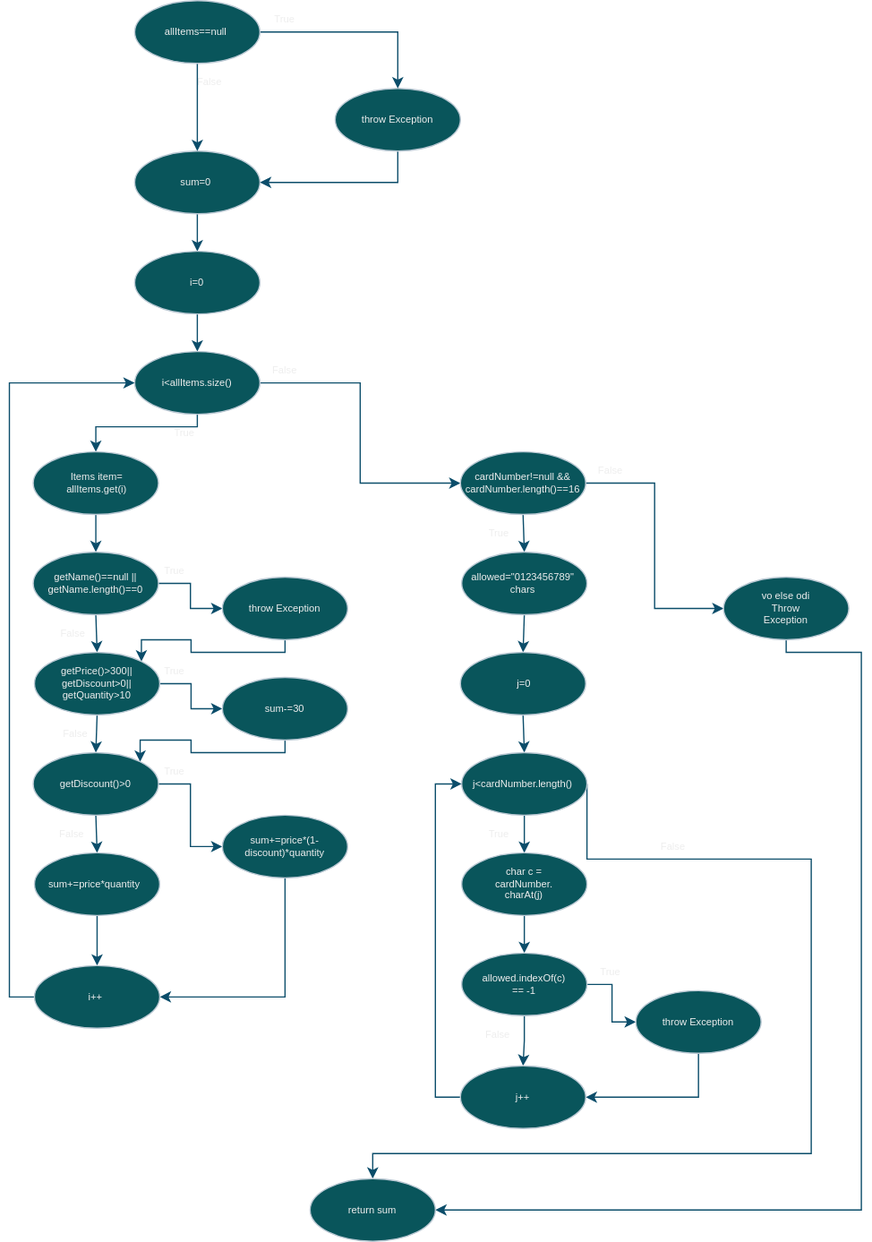
Above: cfg/cfg1.svg in evgenijagrujevska/SI_2025_lab2_236016 (draw.io), before the change. Source tidied: cells renumbered, new cells last; positions are measured from the earlier drawing's top-left corner, leaving out a move shared by most shapes.
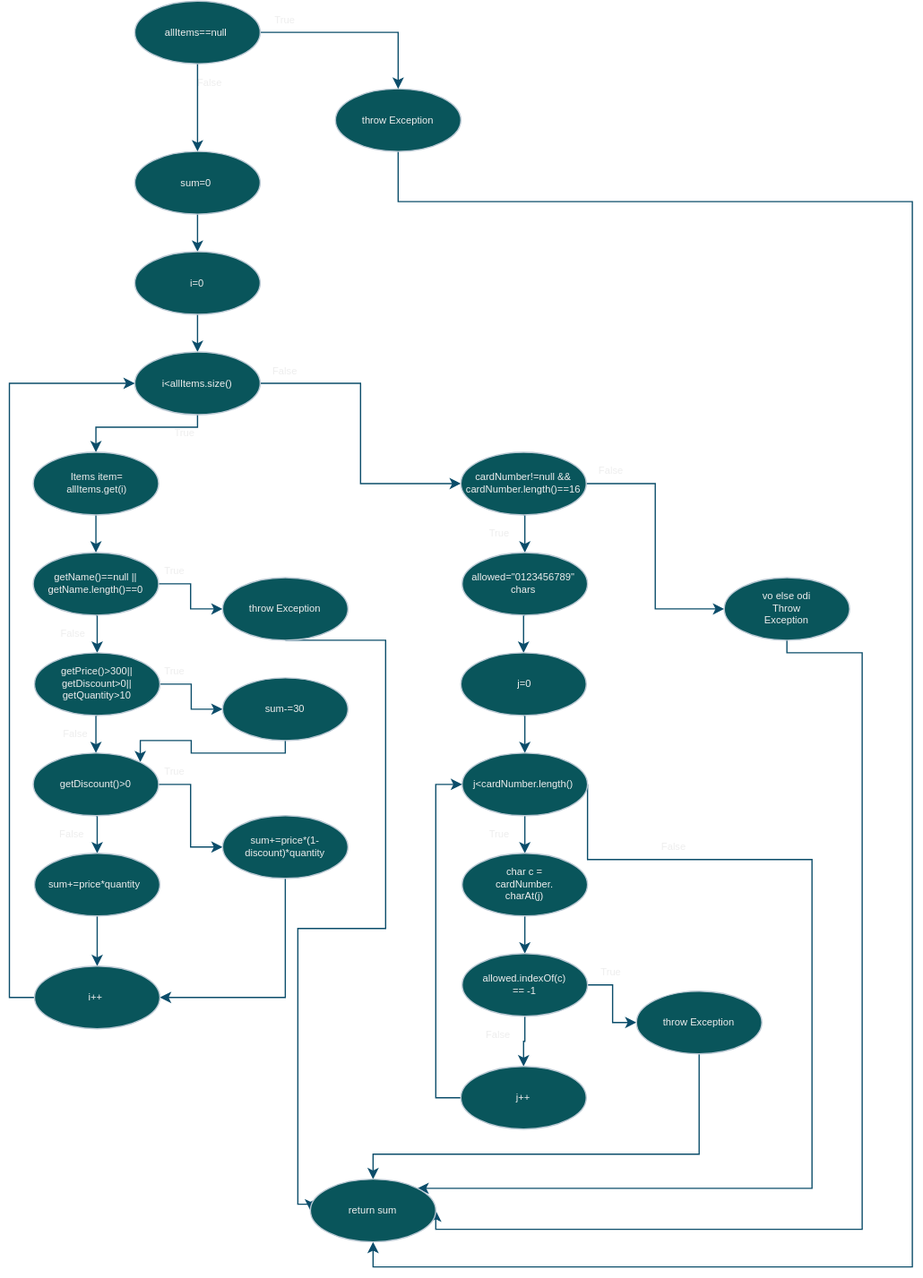
After the commit.

Commit message:
Control Flow Graph

The edit, as a diff of the source:
```diff
@@ -20,9 +20,16 @@
     <mxCell id="7" style="ellipse;whiteSpace=wrap;html=1;labelBackgroundColor=none;rounded=0;fillColor=#09555B;strokeColor=#BAC8D3;fontColor=#EEEEEE;" parent="1" vertex="1">
       <mxGeometry x="81" y="200" width="100" height="50" as="geometry" />
     </mxCell>
-    <mxCell id="8" style="edgeStyle=orthogonalEdgeStyle;rounded=0;jettySize=auto;html=1;exitX=0.5;exitY=1;exitDx=0;exitDy=0;entryX=1;entryY=0.5;entryDx=0;entryDy=0;strokeColor=#0B4D6A;" parent="1" edge="1" source="9" target="4">
-      <mxGeometry relative="1" as="geometry" />
-    </mxCell>
+    <mxCell id="97" style="edgeStyle=orthogonalEdgeStyle;rounded=0;jettySize=auto;html=1;exitX=0.5;exitY=1;exitDx=0;exitDy=0;entryX=0.5;entryY=1;entryDx=0;entryDy=0;labelBackgroundColor=none;strokeColor=#0B4D6A;fontColor=default;" parent="1" edge="1" source="9" target="76">
+      <mxGeometry relative="1" as="geometry">
+        <Array as="points">
+          <mxPoint x="291" y="160" />
+          <mxPoint x="701" y="160" />
+          <mxPoint x="701" y="1010" />
+          <mxPoint x="271" y="1010" />
+        </Array>
+      </mxGeometry>
+    </mxCell>
     <mxCell id="9" style="ellipse;whiteSpace=wrap;html=1;labelBackgroundColor=none;rounded=0;fillColor=#09555B;strokeColor=#BAC8D3;fontColor=#EEEEEE;" parent="1" vertex="1">
       <mxGeometry x="241" y="70" width="100" height="50" as="geometry" />
     </mxCell>
@@ -35,7 +42,7 @@
     <mxCell id="12" style="edgeStyle=orthogonalEdgeStyle;rounded=0;jettySize=auto;html=1;exitX=1;exitY=0.5;exitDx=0;exitDy=0;entryX=0;entryY=0.5;entryDx=0;entryDy=0;labelBackgroundColor=none;fontColor=default;strokeColor=#0B4D6A;" parent="1" edge="1" source="14" target="48">
       <mxGeometry relative="1" as="geometry" />
     </mxCell>
-    <mxCell id="13" style="edgeStyle=orthogonalEdgeStyle;rounded=0;jettySize=auto;html=1;exitX=0.5;exitY=1;exitDx=0;exitDy=0;entryX=0.5;entryY=0;entryDx=0;entryDy=0;strokeColor=#0B4D6A;" parent="1" edge="1" source="14" target="17">
+    <mxCell id="13" style="edgeStyle=orthogonalEdgeStyle;rounded=0;jettySize=auto;html=1;exitX=0.5;exitY=1;exitDx=0;exitDy=0;entryX=0.5;entryY=0;entryDx=0;entryDy=0;strokeColor=#0B4D6A;labelBackgroundColor=none;fontColor=default;" parent="1" edge="1" source="14" target="17">
       <mxGeometry relative="1" as="geometry">
         <Array as="points">
           <mxPoint x="131" y="340" />
@@ -70,16 +77,17 @@
     <mxCell id="22" value="getName()==null || getName.length()==0" style="text;html=1;align=center;verticalAlign=middle;whiteSpace=wrap;rounded=0;fontSize=8;labelBackgroundColor=none;fontColor=#EEEEEE;" parent="1" vertex="1">
       <mxGeometry x="21" y="450" width="58" height="30" as="geometry" />
     </mxCell>
-    <mxCell id="23" style="edgeStyle=orthogonalEdgeStyle;rounded=0;jettySize=auto;html=1;exitX=0.5;exitY=1;exitDx=0;exitDy=0;entryX=1;entryY=0;entryDx=0;entryDy=0;strokeColor=#0B4D6A;" parent="1" edge="1" source="24" target="28">
-      <mxGeometry relative="1" as="geometry">
-        <Array as="points">
-          <mxPoint x="201" y="520" />
-          <mxPoint x="126" y="520" />
-          <mxPoint x="126" y="510" />
-          <mxPoint x="86" y="510" />
-        </Array>
-      </mxGeometry>
-    </mxCell>
+    <mxCell id="98" style="edgeStyle=orthogonalEdgeStyle;rounded=0;jettySize=auto;html=1;exitX=0.5;exitY=1;exitDx=0;exitDy=0;entryX=0;entryY=0.5;entryDx=0;entryDy=0;strokeColor=#0B4D6A;labelBackgroundColor=none;fontColor=default;" parent="1" edge="1" source="24" target="76">
+      <mxGeometry relative="1" as="geometry">
+        <Array as="points">
+          <mxPoint x="281" y="510" />
+          <mxPoint x="281" y="740" />
+          <mxPoint x="211" y="740" />
+          <mxPoint x="211" y="960" />
+          <mxPoint x="221" y="960" />
+        </Array>
+      </mxGeometry>
+    </mxCell>
     <mxCell id="24" style="ellipse;whiteSpace=wrap;html=1;labelBackgroundColor=none;rounded=0;fillColor=#09555B;strokeColor=#BAC8D3;fontColor=#EEEEEE;" parent="1" vertex="1">
       <mxGeometry x="151" y="460" width="100" height="50" as="geometry" />
     </mxCell>
@@ -98,7 +106,7 @@
     <mxCell id="29" value="getPrice()&amp;gt;300|| getDiscount&amp;gt;0|| getQuantity&amp;gt;10" style="text;html=1;align=center;verticalAlign=middle;whiteSpace=wrap;rounded=0;fontSize=8;labelBackgroundColor=none;fontColor=#EEEEEE;" parent="1" vertex="1">
       <mxGeometry x="22" y="530" width="58" height="30" as="geometry" />
     </mxCell>
-    <mxCell id="30" style="edgeStyle=orthogonalEdgeStyle;rounded=0;jettySize=auto;html=1;exitX=0.5;exitY=1;exitDx=0;exitDy=0;entryX=1;entryY=0;entryDx=0;entryDy=0;strokeColor=#0B4D6A;" parent="1" edge="1" source="31" target="35">
+    <mxCell id="30" style="edgeStyle=orthogonalEdgeStyle;rounded=0;jettySize=auto;html=1;exitX=0.5;exitY=1;exitDx=0;exitDy=0;entryX=1;entryY=0;entryDx=0;entryDy=0;strokeColor=#0B4D6A;labelBackgroundColor=none;fontColor=default;" parent="1" edge="1" source="31" target="35">
       <mxGeometry relative="1" as="geometry">
         <Array as="points">
           <mxPoint x="201" y="600" />
@@ -170,7 +178,8 @@
         <Array as="points">
           <mxPoint x="601" y="520" />
           <mxPoint x="661" y="520" />
-          <mxPoint x="661" y="965" />
+          <mxPoint x="661" y="980" />
+          <mxPoint x="321" y="980" />
         </Array>
       </mxGeometry>
     </mxCell>
@@ -201,13 +210,12 @@
     <mxCell id="59" style="edgeStyle=orthogonalEdgeStyle;rounded=0;jettySize=auto;html=1;exitX=0.5;exitY=1;exitDx=0;exitDy=0;entryX=0.5;entryY=0;entryDx=0;entryDy=0;labelBackgroundColor=none;fontColor=default;strokeColor=#0B4D6A;" parent="1" edge="1" source="61" target="64">
       <mxGeometry relative="1" as="geometry" />
     </mxCell>
-    <mxCell id="60" style="edgeStyle=orthogonalEdgeStyle;rounded=0;jettySize=auto;html=1;exitX=1;exitY=0.5;exitDx=0;exitDy=0;entryX=0.5;entryY=0;entryDx=0;entryDy=0;labelBackgroundColor=none;fontColor=default;strokeColor=#0B4D6A;" parent="1" edge="1" source="61" target="76">
+    <mxCell id="60" style="edgeStyle=orthogonalEdgeStyle;rounded=0;jettySize=auto;html=1;exitX=1;exitY=0.5;exitDx=0;exitDy=0;entryX=1;entryY=0;entryDx=0;entryDy=0;labelBackgroundColor=none;fontColor=default;strokeColor=#0B4D6A;" parent="1" edge="1" source="61" target="76">
       <mxGeometry relative="1" as="geometry">
         <Array as="points">
           <mxPoint x="442" y="685" />
           <mxPoint x="621" y="685" />
-          <mxPoint x="621" y="920" />
-          <mxPoint x="271" y="920" />
+          <mxPoint x="621" y="947" />
         </Array>
       </mxGeometry>
     </mxCell>
@@ -238,8 +246,13 @@
     <mxCell id="69" value="allowed.indexOf(c) == -1" style="text;html=1;align=center;verticalAlign=middle;whiteSpace=wrap;rounded=0;fontSize=8;labelBackgroundColor=none;fontColor=#EEEEEE;" parent="1" vertex="1">
       <mxGeometry x="362" y="770" width="60" height="30" as="geometry" />
     </mxCell>
-    <mxCell id="70" style="edgeStyle=orthogonalEdgeStyle;rounded=0;jettySize=auto;html=1;exitX=0.5;exitY=1;exitDx=0;exitDy=0;entryX=1;entryY=0.5;entryDx=0;entryDy=0;labelBackgroundColor=none;fontColor=default;strokeColor=#0B4D6A;" parent="1" edge="1" source="71" target="74">
-      <mxGeometry relative="1" as="geometry" />
+    <mxCell id="70" style="edgeStyle=orthogonalEdgeStyle;rounded=0;jettySize=auto;html=1;exitX=0.5;exitY=1;exitDx=0;exitDy=0;entryX=0.5;entryY=0;entryDx=0;entryDy=0;labelBackgroundColor=none;fontColor=default;strokeColor=#0B4D6A;" parent="1" edge="1" source="71" target="76">
+      <mxGeometry relative="1" as="geometry">
+        <Array as="points">
+          <mxPoint x="531" y="920" />
+          <mxPoint x="271" y="920" />
+        </Array>
+      </mxGeometry>
     </mxCell>
     <mxCell id="71" style="ellipse;whiteSpace=wrap;html=1;labelBackgroundColor=none;rounded=0;fillColor=#09555B;strokeColor=#BAC8D3;fontColor=#EEEEEE;" parent="1" vertex="1">
       <mxGeometry x="481" y="790" width="100" height="50" as="geometry" />
@@ -307,10 +320,10 @@
     <mxCell id="92" value="False" style="text;html=1;align=center;verticalAlign=middle;whiteSpace=wrap;rounded=0;fontSize=8;labelBackgroundColor=none;fontColor=#EEEEEE;" parent="1" vertex="1">
       <mxGeometry x="361" y="820" width="20" height="10" as="geometry" />
     </mxCell>
-    <mxCell id="93" style="edgeStyle=orthogonalEdgeStyle;rounded=0;jettySize=auto;html=1;exitX=0.5;exitY=1;exitDx=0;exitDy=0;entryX=0.5;entryY=0;entryDx=0;entryDy=0;strokeColor=#0B4D6A;" parent="1" edge="1" source="95" target="4">
+    <mxCell id="93" style="edgeStyle=orthogonalEdgeStyle;rounded=0;jettySize=auto;html=1;exitX=0.5;exitY=1;exitDx=0;exitDy=0;entryX=0.5;entryY=0;entryDx=0;entryDy=0;strokeColor=#0B4D6A;labelBackgroundColor=none;fontColor=default;" parent="1" edge="1" source="95" target="4">
       <mxGeometry relative="1" as="geometry" />
     </mxCell>
-    <mxCell id="94" style="edgeStyle=orthogonalEdgeStyle;rounded=0;jettySize=auto;html=1;exitX=1;exitY=0.5;exitDx=0;exitDy=0;entryX=0.5;entryY=0;entryDx=0;entryDy=0;strokeColor=#0B4D6A;" parent="1" edge="1" source="95" target="9">
+    <mxCell id="94" style="edgeStyle=orthogonalEdgeStyle;rounded=0;jettySize=auto;html=1;exitX=1;exitY=0.5;exitDx=0;exitDy=0;entryX=0.5;entryY=0;entryDx=0;entryDy=0;strokeColor=#0B4D6A;labelBackgroundColor=none;fontColor=default;" parent="1" edge="1" source="95" target="9">
       <mxGeometry relative="1" as="geometry" />
     </mxCell>
     <mxCell id="95" style="ellipse;whiteSpace=wrap;html=1;labelBackgroundColor=none;rounded=0;fillColor=#09555B;strokeColor=#BAC8D3;fontColor=#EEEEEE;" parent="1" vertex="1">
```
